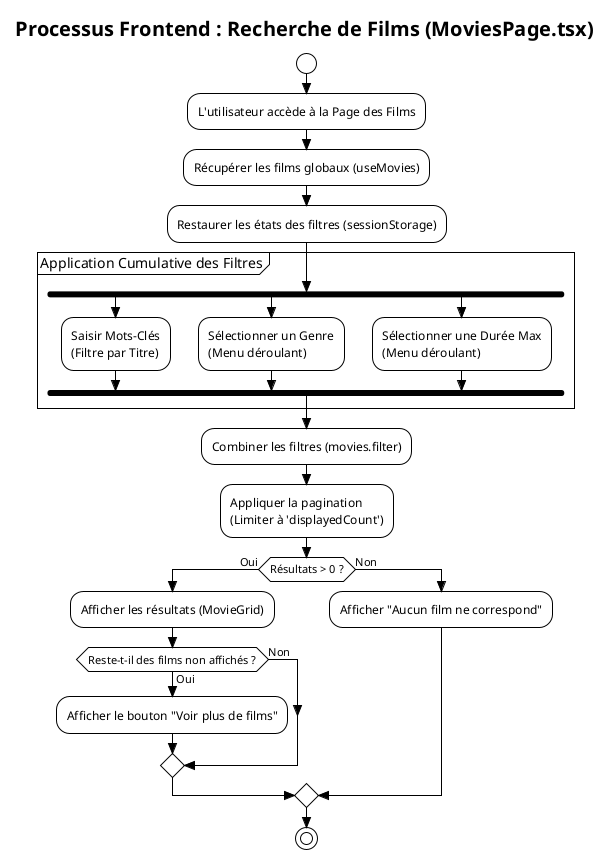
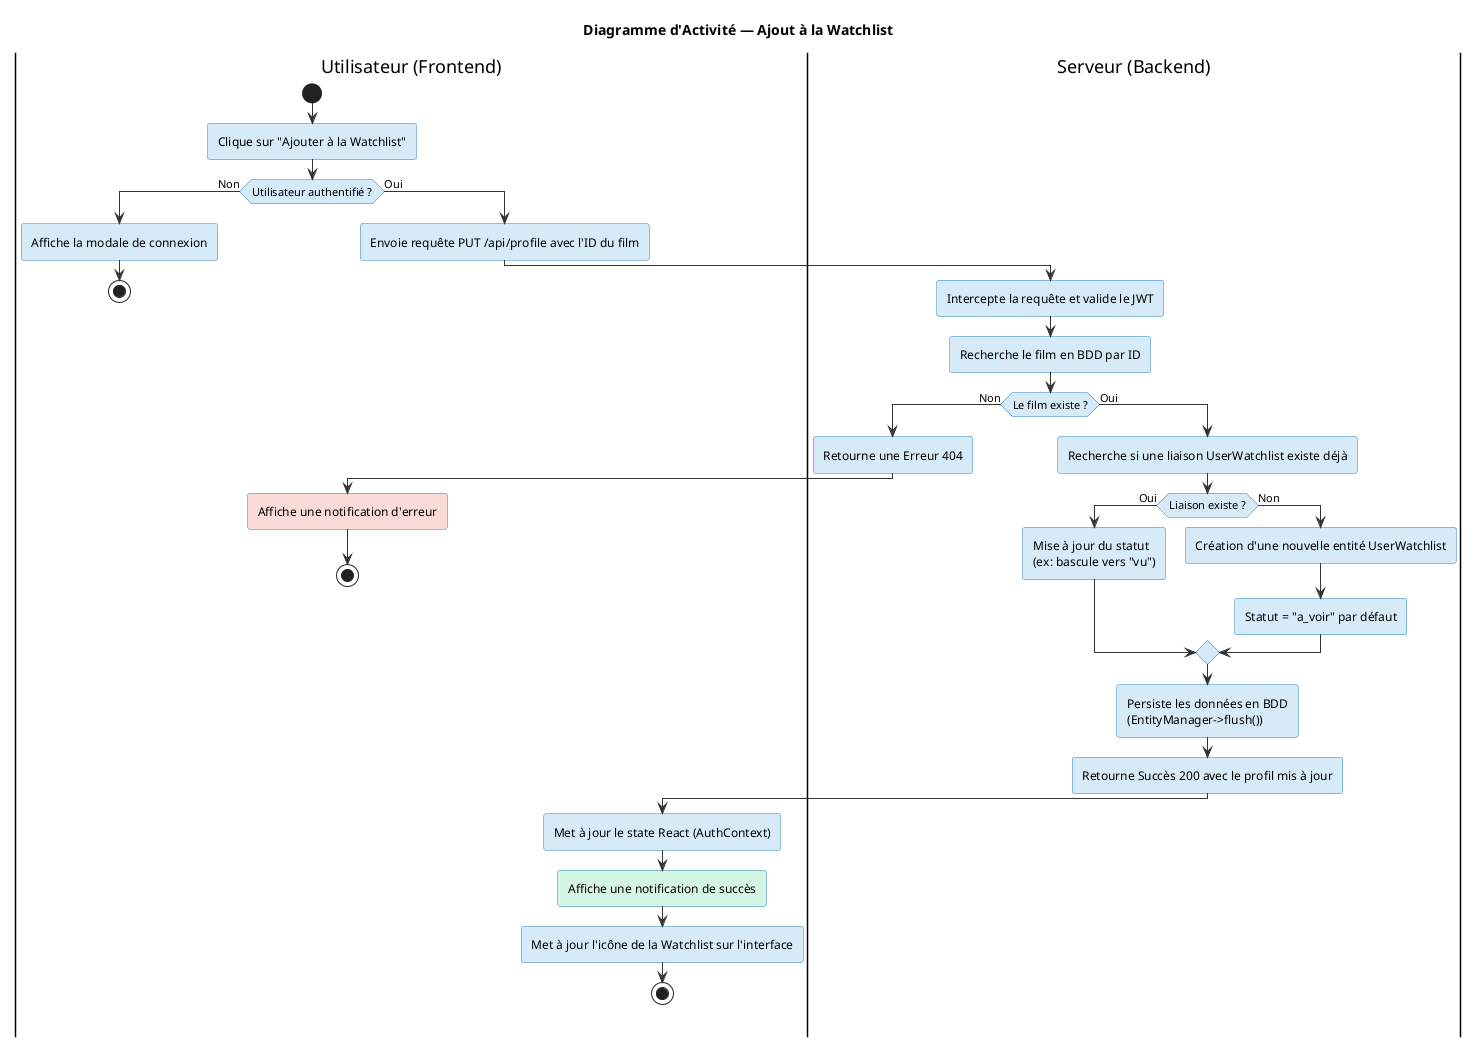
- @startuml
- !theme plain
- skinparam style strictuml
- skinparam TitleFontSize 20
+ @startuml act2
+ title Diagramme d'Activité — Ajout à la Watchlist

- title Processus Frontend : Recherche de Films (MoviesPage.tsx)
+ skinparam shadowing false
+ skinparam RoundCorner 5
+ skinparam ArrowColor #333333
+ skinparam ActivityBackgroundColor #D6EAF8
+ skinparam ActivityBorderColor #2980B9

+ |Utilisateur (Frontend)|
start
+ :Clique sur "Ajouter à la Watchlist";

- :L'utilisateur accède à la Page des Films;
- :Récupérer les films globaux (useMovies);
- :Restaurer les états des filtres (sessionStorage);
+ if (Utilisateur authentifié ?) then (Non)
+     :Affiche la modale de connexion;
+     stop
+ else (Oui)
+     :Envoie requête PUT /api/profile avec l'ID du film;

- partition "Application Cumulative des Filtres" {
-   fork
-     :Saisir Mots-Clés\n(Filtre par Titre);
-   fork again
-     :Sélectionner un Genre\n(Menu déroulant);
-   fork again
-     :Sélectionner une Durée Max\n(Menu déroulant);
-   end fork
- }
+ |Serveur (Backend)|
+     :Intercepte la requête et valide le JWT;
+     :Recherche le film en BDD par ID;

- :Combiner les filtres (movies.filter);
- :Appliquer la pagination\n(Limiter à 'displayedCount');
+     if (Le film existe ?) then (Non)
+         :Retourne une Erreur 404;
+ |Utilisateur (Frontend)|
+         #FADBD8:Affiche une notification d'erreur;
+         stop
+     else (Oui)
+ |Serveur (Backend)|
+         :Recherche si une liaison UserWatchlist existe déjà;
+         if (Liaison existe ?) then (Oui)
+             :Mise à jour du statut\n(ex: bascule vers "vu");
+         else (Non)
+             :Création d'une nouvelle entité UserWatchlist;
+             :Statut = "a_voir" par défaut;
+         endif

- if (Résultats > 0 ?) then (Oui)
-   :Afficher les résultats (MovieGrid);
+         :Persiste les données en BDD\n(EntityManager->flush());
+         :Retourne Succès 200 avec le profil mis à jour;

-   if (Reste-t-il des films non affichés ?) then (Oui)
-     :Afficher le bouton "Voir plus de films";
-   else (Non)
-   endif
- 
- else (Non)
-   :Afficher "Aucun film ne correspond";
+ |Utilisateur (Frontend)|
+         :Met à jour le state React (AuthContext);
+         #D5F5E3:Affiche une notification de succès;
+         :Met à jour l'icône de la Watchlist sur l'interface;
+         stop
+     endif
endif

- stop
@enduml
